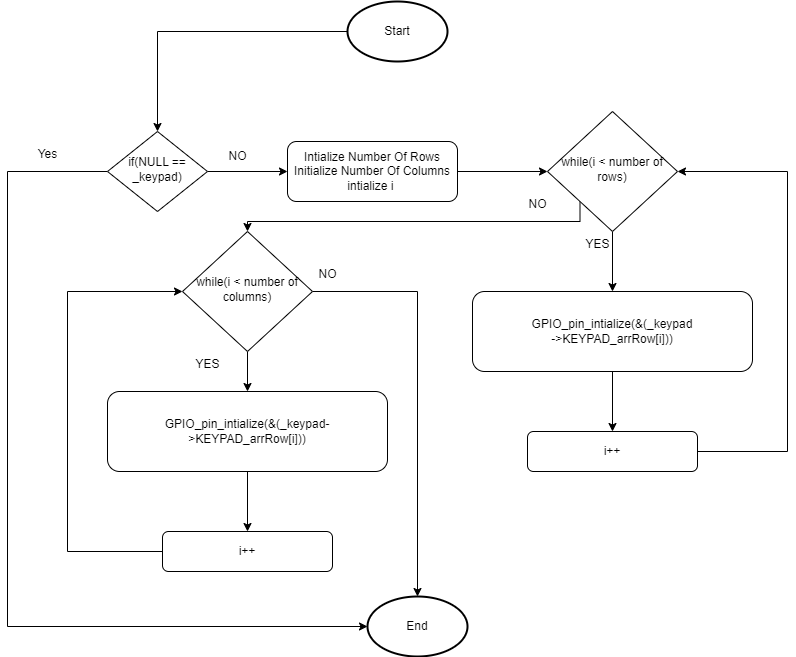
Khedr05/SPRINTS_Automotive_Software_Bootcamp keeps this draw.io diagram as 06_Sprint_Seven/00_Design_A_Non_Blocking_LCD_&_Keypad/01_Keypad_FlowCharts/keypad init.png. Above is the earlier version. Source tidied: cells renumbered, new cells last; positions are measured from the earlier drawing's top-left corner, leaving out a move shared by most shapes.
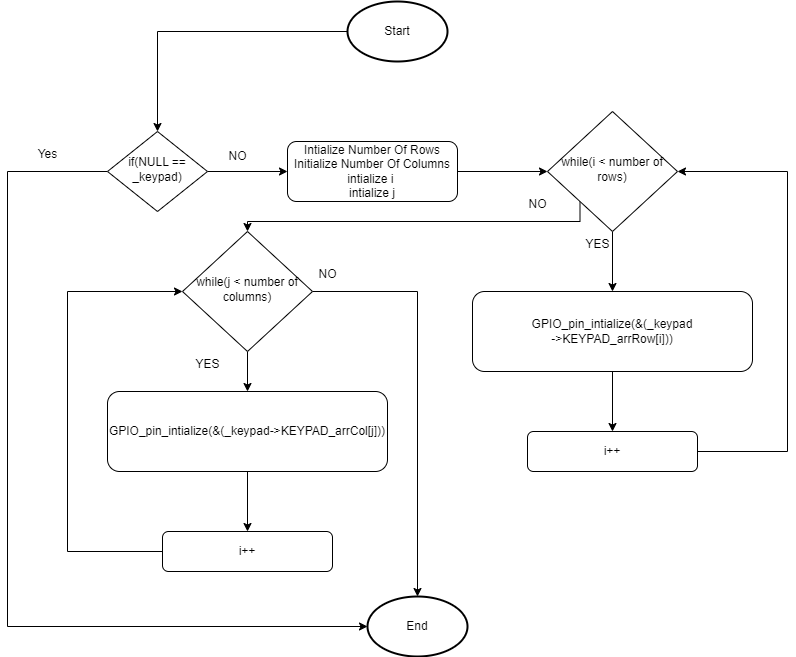
After the commit.

Change to the diagram source:
```diff
@@ -19,7 +19,7 @@
     <mxCell id="5" style="edgeStyle=orthogonalEdgeStyle;rounded=0;jettySize=auto;html=1;" parent="1" edge="1" source="6" target="12">
       <mxGeometry relative="1" as="geometry" />
     </mxCell>
-    <mxCell id="6" value="Intialize Number Of Rows&lt;br&gt;Initialize Number Of Columns&lt;br&gt;intialize i&amp;nbsp;" style="rounded=1;whiteSpace=wrap;html=1;fontSize=12;glass=0;strokeWidth=1;shadow=0;" parent="1" vertex="1">
+    <mxCell id="6" value="Intialize Number Of Rows&lt;br&gt;Initialize Number Of Columns&lt;br&gt;intialize i&amp;nbsp;&lt;br&gt;intialize j" style="rounded=1;whiteSpace=wrap;html=1;fontSize=12;glass=0;strokeWidth=1;shadow=0;" parent="1" vertex="1">
       <mxGeometry x="280" y="140" width="170" height="60" as="geometry" />
     </mxCell>
     <mxCell id="7" style="edgeStyle=orthogonalEdgeStyle;rounded=0;jettySize=auto;html=1;" parent="1" edge="1" source="8" target="4">
@@ -68,13 +68,13 @@
     <mxCell id="18" style="edgeStyle=orthogonalEdgeStyle;rounded=0;jettySize=auto;html=1;exitX=1;exitY=0.5;exitDx=0;exitDy=0;entryX=0.5;entryY=0;entryDx=0;entryDy=0;entryPerimeter=0;" parent="1" edge="1" source="19" target="24">
       <mxGeometry relative="1" as="geometry" />
     </mxCell>
-    <mxCell id="19" value="while(i &amp;lt; number of columns)" style="rhombus;whiteSpace=wrap;html=1;shadow=0;fontFamily=Helvetica;fontSize=12;align=center;strokeWidth=1;spacing=6;spacingTop=-4;" parent="1" vertex="1">
+    <mxCell id="19" value="while(j &amp;lt; number of columns)" style="rhombus;whiteSpace=wrap;html=1;shadow=0;fontFamily=Helvetica;fontSize=12;align=center;strokeWidth=1;spacing=6;spacingTop=-4;" parent="1" vertex="1">
       <mxGeometry x="175" y="230" width="130" height="120" as="geometry" />
     </mxCell>
     <mxCell id="20" style="edgeStyle=orthogonalEdgeStyle;rounded=0;jettySize=auto;html=1;" parent="1" edge="1" source="21" target="23">
       <mxGeometry relative="1" as="geometry" />
     </mxCell>
-    <mxCell id="21" value="GPIO_pin_intialize(&amp;amp;(_keypad-&amp;gt;KEYPAD_arrRow[i]))" style="rounded=1;whiteSpace=wrap;html=1;fontSize=12;glass=0;strokeWidth=1;shadow=0;" parent="1" vertex="1">
+    <mxCell id="21" value="GPIO_pin_intialize(&amp;amp;(_keypad-&amp;gt;KEYPAD_arrCol[j]))" style="rounded=1;whiteSpace=wrap;html=1;fontSize=12;glass=0;strokeWidth=1;shadow=0;" parent="1" vertex="1">
       <mxGeometry x="100" y="390" width="280" height="80" as="geometry" />
     </mxCell>
     <mxCell id="22" style="edgeStyle=orthogonalEdgeStyle;rounded=0;jettySize=auto;html=1;exitX=0;exitY=0.5;exitDx=0;exitDy=0;entryX=0;entryY=0.5;entryDx=0;entryDy=0;" parent="1" edge="1" source="23" target="19">
```
